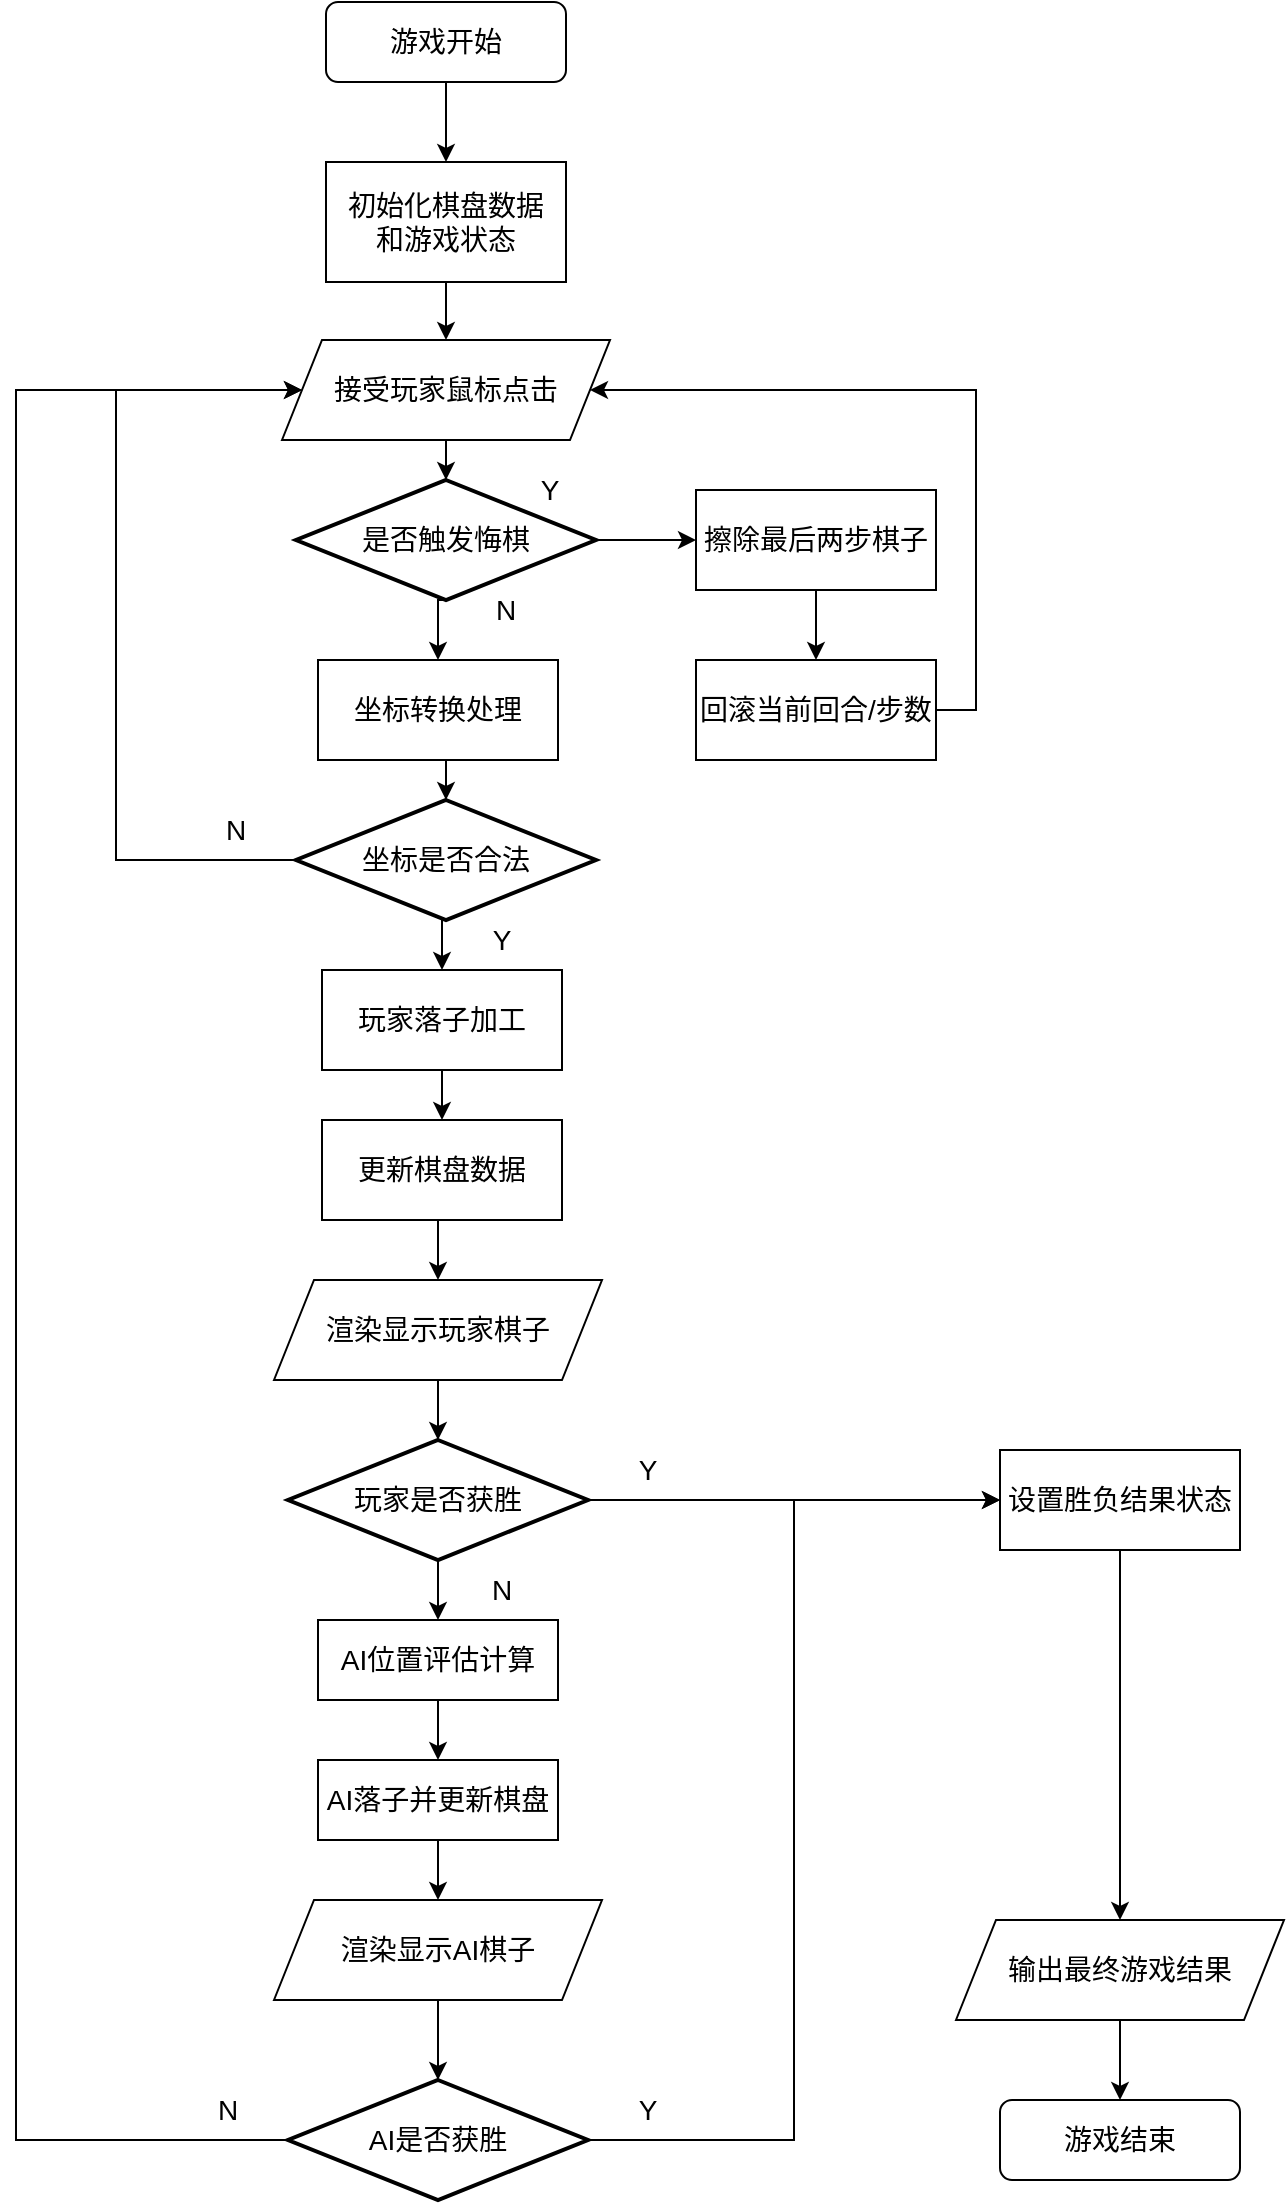
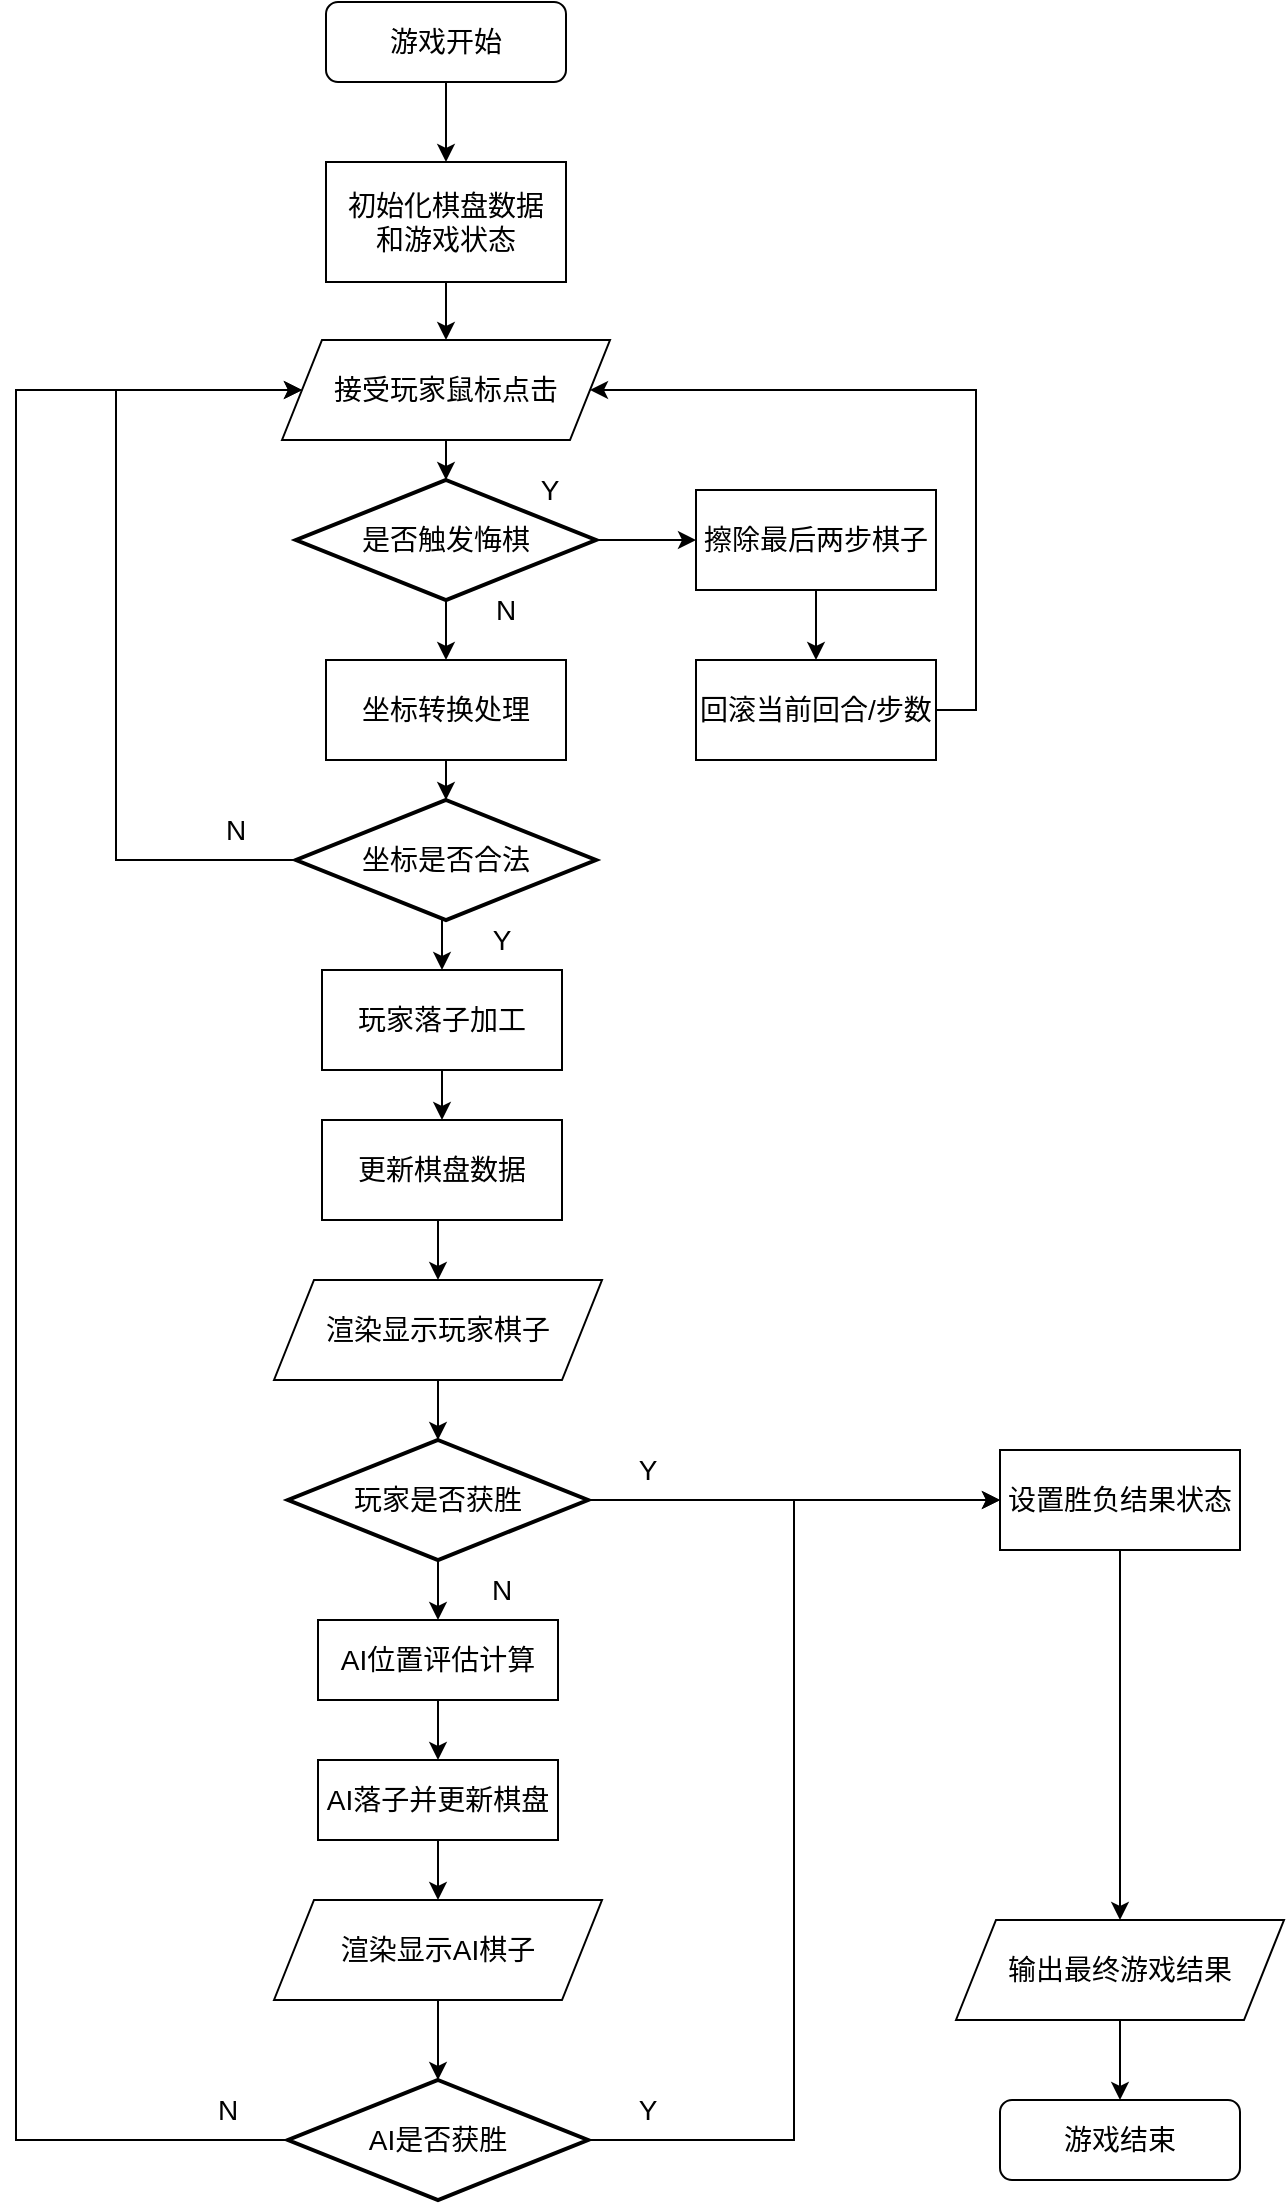
<mxfile host="app.diagrams.net">
  <diagram name="Page-1" id="Ut53iUmTTLsHKbGdxMO9">
    <mxGraphModel dx="2054" dy="1198" grid="1" gridSize="10" guides="1" tooltips="1" connect="1" arrows="1" fold="1" page="1" pageScale="1" pageWidth="827" pageHeight="1169" math="0" shadow="0">
      <root>
        <mxCell id="0" />
        <mxCell id="1" parent="0" />
        <mxCell id="LBzLqDpE-ghOYlSVNWWL-92" edge="1" parent="1" source="LBzLqDpE-ghOYlSVNWWL-6" style="edgeStyle=orthogonalEdgeStyle;rounded=0;orthogonalLoop=1;jettySize=auto;html=1;exitX=0.5;exitY=1;exitDx=0;exitDy=0;entryX=0.5;entryY=0;entryDx=0;entryDy=0;" target="LBzLqDpE-ghOYlSVNWWL-9">
          <mxGeometry relative="1" as="geometry">
            <mxPoint x="363" y="125" as="targetPoint" />
          </mxGeometry>
        </mxCell>
        <mxCell id="LBzLqDpE-ghOYlSVNWWL-6" parent="1" style="rounded=0;whiteSpace=wrap;html=1;" value="&lt;font style=&quot;font-size: 14px;&quot;&gt;初始化棋盘数据&lt;/font&gt;&lt;div&gt;&lt;span style=&quot;font-size: 14px; background-color: transparent; color: light-dark(rgb(0, 0, 0), rgb(255, 255, 255));&quot;&gt;和游戏状态&lt;/span&gt;&lt;/div&gt;" vertex="1">
          <mxGeometry height="60" width="120" x="305" y="115" as="geometry" />
        </mxCell>
        <mxCell id="LBzLqDpE-ghOYlSVNWWL-8" edge="1" parent="1" source="LBzLqDpE-ghOYlSVNWWL-7" style="edgeStyle=orthogonalEdgeStyle;rounded=0;orthogonalLoop=1;jettySize=auto;html=1;exitX=0.5;exitY=1;exitDx=0;exitDy=0;entryX=0.5;entryY=0;entryDx=0;entryDy=0;" target="LBzLqDpE-ghOYlSVNWWL-6">
          <mxGeometry relative="1" as="geometry" />
        </mxCell>
        <mxCell id="LBzLqDpE-ghOYlSVNWWL-7" parent="1" style="rounded=1;whiteSpace=wrap;html=1;" value="&lt;font style=&quot;font-size: 14px;&quot;&gt;游戏开始&lt;/font&gt;" vertex="1">
          <mxGeometry height="40" width="120" x="305" y="35" as="geometry" />
        </mxCell>
        <mxCell id="LBzLqDpE-ghOYlSVNWWL-9" parent="1" style="shape=parallelogram;perimeter=parallelogramPerimeter;whiteSpace=wrap;html=1;fixedSize=1;" value="&lt;font style=&quot;font-size: 14px;&quot;&gt;接受玩家鼠标点击&lt;/font&gt;" vertex="1">
          <mxGeometry height="50" width="164" x="283" y="204" as="geometry" />
        </mxCell>
        <mxCell id="LBzLqDpE-ghOYlSVNWWL-16" edge="1" parent="1" source="LBzLqDpE-ghOYlSVNWWL-13" style="edgeStyle=orthogonalEdgeStyle;rounded=0;orthogonalLoop=1;jettySize=auto;html=1;exitX=0.5;exitY=1;exitDx=0;exitDy=0;exitPerimeter=0;entryX=0.5;entryY=0;entryDx=0;entryDy=0;" target="LBzLqDpE-ghOYlSVNWWL-15">
          <mxGeometry relative="1" as="geometry" />
        </mxCell>
        <mxCell id="LBzLqDpE-ghOYlSVNWWL-13" parent="1" style="strokeWidth=2;html=1;shape=mxgraph.flowchart.decision;whiteSpace=wrap;" value="&lt;font style=&quot;font-size: 14px;&quot;&gt;是否触发悔棋&lt;/font&gt;" vertex="1">
          <mxGeometry height="60" width="150" x="290" y="274" as="geometry" />
        </mxCell>
        <mxCell id="LBzLqDpE-ghOYlSVNWWL-14" edge="1" parent="1" source="LBzLqDpE-ghOYlSVNWWL-9" style="edgeStyle=orthogonalEdgeStyle;rounded=0;orthogonalLoop=1;jettySize=auto;html=1;exitX=0.5;exitY=1;exitDx=0;exitDy=0;entryX=0.5;entryY=0;entryDx=0;entryDy=0;entryPerimeter=0;" target="LBzLqDpE-ghOYlSVNWWL-13">
          <mxGeometry relative="1" as="geometry" />
        </mxCell>
        <mxCell id="LBzLqDpE-ghOYlSVNWWL-15" parent="1" style="rounded=0;whiteSpace=wrap;html=1;" value="&lt;font style=&quot;font-size: 14px;&quot;&gt;坐标转换处理&lt;/font&gt;" vertex="1">
-           <mxGeometry height="50" width="120" x="301" y="364" as="geometry" />
+           <mxGeometry height="50" width="120" x="305" y="364" as="geometry" />
        </mxCell>
        <mxCell id="LBzLqDpE-ghOYlSVNWWL-17" parent="1" style="text;html=1;whiteSpace=wrap;strokeColor=none;fillColor=none;align=center;verticalAlign=middle;rounded=0;" value="&lt;font style=&quot;font-size: 14px;&quot;&gt;N&lt;/font&gt;" vertex="1">
          <mxGeometry height="30" width="60" x="365" y="324" as="geometry" />
        </mxCell>
        <mxCell id="LBzLqDpE-ghOYlSVNWWL-22" edge="1" parent="1" source="LBzLqDpE-ghOYlSVNWWL-18" style="rounded=0;orthogonalLoop=1;jettySize=auto;html=1;exitX=0.5;exitY=1;exitDx=0;exitDy=0;exitPerimeter=0;entryX=0.5;entryY=0;entryDx=0;entryDy=0;edgeStyle=orthogonalEdgeStyle;" target="LBzLqDpE-ghOYlSVNWWL-21">
          <mxGeometry relative="1" as="geometry" />
        </mxCell>
        <mxCell id="LBzLqDpE-ghOYlSVNWWL-79" edge="1" parent="1" source="LBzLqDpE-ghOYlSVNWWL-18" style="edgeStyle=orthogonalEdgeStyle;rounded=0;orthogonalLoop=1;jettySize=auto;html=1;exitX=0;exitY=0.5;exitDx=0;exitDy=0;exitPerimeter=0;entryX=0;entryY=0.5;entryDx=0;entryDy=0;" target="LBzLqDpE-ghOYlSVNWWL-9">
          <mxGeometry relative="1" as="geometry">
            <Array as="points">
              <mxPoint x="200" y="464" />
              <mxPoint x="200" y="229" />
            </Array>
          </mxGeometry>
        </mxCell>
        <mxCell id="LBzLqDpE-ghOYlSVNWWL-18" parent="1" style="strokeWidth=2;html=1;shape=mxgraph.flowchart.decision;whiteSpace=wrap;" value="&lt;font style=&quot;font-size: 14px;&quot;&gt;坐标是否合法&lt;/font&gt;" vertex="1">
          <mxGeometry height="60" width="150" x="290" y="434" as="geometry" />
        </mxCell>
        <mxCell id="LBzLqDpE-ghOYlSVNWWL-25" edge="1" parent="1" source="LBzLqDpE-ghOYlSVNWWL-21" style="edgeStyle=orthogonalEdgeStyle;rounded=0;orthogonalLoop=1;jettySize=auto;html=1;exitX=0.5;exitY=1;exitDx=0;exitDy=0;entryX=0.5;entryY=0;entryDx=0;entryDy=0;" target="LBzLqDpE-ghOYlSVNWWL-24">
          <mxGeometry relative="1" as="geometry" />
        </mxCell>
        <mxCell id="LBzLqDpE-ghOYlSVNWWL-21" parent="1" style="rounded=0;whiteSpace=wrap;html=1;" value="&lt;font style=&quot;font-size: 14px;&quot;&gt;玩家落子加工&lt;/font&gt;" vertex="1">
          <mxGeometry height="50" width="120" x="303" y="519" as="geometry" />
        </mxCell>
        <mxCell id="LBzLqDpE-ghOYlSVNWWL-23" parent="1" style="text;html=1;whiteSpace=wrap;strokeColor=none;fillColor=none;align=center;verticalAlign=middle;rounded=0;" value="&lt;font style=&quot;font-size: 14px;&quot;&gt;Y&lt;/font&gt;" vertex="1">
          <mxGeometry height="30" width="60" x="363" y="489" as="geometry" />
        </mxCell>
        <mxCell id="LBzLqDpE-ghOYlSVNWWL-27" edge="1" parent="1" source="LBzLqDpE-ghOYlSVNWWL-24" style="edgeStyle=orthogonalEdgeStyle;rounded=0;orthogonalLoop=1;jettySize=auto;html=1;exitX=0.5;exitY=1;exitDx=0;exitDy=0;entryX=0.5;entryY=0;entryDx=0;entryDy=0;" target="LBzLqDpE-ghOYlSVNWWL-26">
          <mxGeometry relative="1" as="geometry" />
        </mxCell>
        <mxCell id="LBzLqDpE-ghOYlSVNWWL-24" parent="1" style="rounded=0;whiteSpace=wrap;html=1;" value="&lt;font style=&quot;font-size: 14px;&quot;&gt;更新棋盘数据&lt;/font&gt;" vertex="1">
          <mxGeometry height="50" width="120" x="303" y="594" as="geometry" />
        </mxCell>
        <mxCell id="LBzLqDpE-ghOYlSVNWWL-26" parent="1" style="shape=parallelogram;perimeter=parallelogramPerimeter;whiteSpace=wrap;html=1;fixedSize=1;" value="&lt;font style=&quot;font-size: 14px;&quot;&gt;渲染显示玩家棋子&lt;/font&gt;" vertex="1">
          <mxGeometry height="50" width="164" x="279" y="674" as="geometry" />
        </mxCell>
        <mxCell id="LBzLqDpE-ghOYlSVNWWL-33" edge="1" parent="1" source="LBzLqDpE-ghOYlSVNWWL-30" style="edgeStyle=orthogonalEdgeStyle;rounded=0;orthogonalLoop=1;jettySize=auto;html=1;exitX=0.5;exitY=1;exitDx=0;exitDy=0;exitPerimeter=0;entryX=0.5;entryY=0;entryDx=0;entryDy=0;" target="LBzLqDpE-ghOYlSVNWWL-32">
          <mxGeometry relative="1" as="geometry" />
        </mxCell>
        <mxCell id="LBzLqDpE-ghOYlSVNWWL-84" edge="1" parent="1" source="LBzLqDpE-ghOYlSVNWWL-30" style="edgeStyle=orthogonalEdgeStyle;rounded=0;orthogonalLoop=1;jettySize=auto;html=1;exitX=1;exitY=0.5;exitDx=0;exitDy=0;exitPerimeter=0;entryX=0;entryY=0.5;entryDx=0;entryDy=0;" target="LBzLqDpE-ghOYlSVNWWL-45">
          <mxGeometry relative="1" as="geometry" />
        </mxCell>
        <mxCell id="LBzLqDpE-ghOYlSVNWWL-30" parent="1" style="strokeWidth=2;html=1;shape=mxgraph.flowchart.decision;whiteSpace=wrap;" value="&lt;font style=&quot;font-size: 14px;&quot;&gt;玩家是否获胜&lt;/font&gt;" vertex="1">
          <mxGeometry height="60" width="150" x="286" y="754" as="geometry" />
        </mxCell>
        <mxCell id="LBzLqDpE-ghOYlSVNWWL-31" edge="1" parent="1" source="LBzLqDpE-ghOYlSVNWWL-26" style="edgeStyle=orthogonalEdgeStyle;rounded=0;orthogonalLoop=1;jettySize=auto;html=1;exitX=0.5;exitY=1;exitDx=0;exitDy=0;entryX=0.5;entryY=0;entryDx=0;entryDy=0;entryPerimeter=0;" target="LBzLqDpE-ghOYlSVNWWL-30">
          <mxGeometry relative="1" as="geometry" />
        </mxCell>
        <mxCell id="LBzLqDpE-ghOYlSVNWWL-37" edge="1" parent="1" source="LBzLqDpE-ghOYlSVNWWL-32" style="edgeStyle=orthogonalEdgeStyle;rounded=0;orthogonalLoop=1;jettySize=auto;html=1;exitX=0.5;exitY=1;exitDx=0;exitDy=0;entryX=0.5;entryY=0;entryDx=0;entryDy=0;" target="LBzLqDpE-ghOYlSVNWWL-35">
          <mxGeometry relative="1" as="geometry" />
        </mxCell>
        <mxCell id="LBzLqDpE-ghOYlSVNWWL-32" parent="1" style="rounded=0;whiteSpace=wrap;html=1;" value="&lt;font style=&quot;font-size: 14px;&quot;&gt;AI位置评估计算&lt;/font&gt;" vertex="1">
          <mxGeometry height="40" width="120" x="301" y="844" as="geometry" />
        </mxCell>
        <mxCell id="LBzLqDpE-ghOYlSVNWWL-34" parent="1" style="text;html=1;whiteSpace=wrap;strokeColor=none;fillColor=none;align=center;verticalAlign=middle;rounded=0;" value="&lt;font style=&quot;font-size: 14px;&quot;&gt;N&lt;/font&gt;" vertex="1">
          <mxGeometry height="30" width="60" x="363" y="814" as="geometry" />
        </mxCell>
        <mxCell id="LBzLqDpE-ghOYlSVNWWL-39" edge="1" parent="1" source="LBzLqDpE-ghOYlSVNWWL-35" style="edgeStyle=orthogonalEdgeStyle;rounded=0;orthogonalLoop=1;jettySize=auto;html=1;exitX=0.5;exitY=1;exitDx=0;exitDy=0;entryX=0.5;entryY=0;entryDx=0;entryDy=0;" target="LBzLqDpE-ghOYlSVNWWL-38">
          <mxGeometry relative="1" as="geometry" />
        </mxCell>
        <mxCell id="LBzLqDpE-ghOYlSVNWWL-35" parent="1" style="rounded=0;whiteSpace=wrap;html=1;" value="&lt;font style=&quot;font-size: 14px;&quot;&gt;AI落子并更新棋盘&lt;/font&gt;" vertex="1">
          <mxGeometry height="40" width="120" x="301" y="914" as="geometry" />
        </mxCell>
        <mxCell id="LBzLqDpE-ghOYlSVNWWL-38" parent="1" style="shape=parallelogram;perimeter=parallelogramPerimeter;whiteSpace=wrap;html=1;fixedSize=1;" value="&lt;font style=&quot;font-size: 14px;&quot;&gt;渲染显示AI棋子&lt;/font&gt;" vertex="1">
          <mxGeometry height="50" width="164" x="279" y="984" as="geometry" />
        </mxCell>
        <mxCell id="LBzLqDpE-ghOYlSVNWWL-85" edge="1" parent="1" source="LBzLqDpE-ghOYlSVNWWL-40" style="edgeStyle=orthogonalEdgeStyle;rounded=0;orthogonalLoop=1;jettySize=auto;html=1;exitX=1;exitY=0.5;exitDx=0;exitDy=0;exitPerimeter=0;entryX=0;entryY=0.5;entryDx=0;entryDy=0;" target="LBzLqDpE-ghOYlSVNWWL-45">
          <mxGeometry relative="1" as="geometry" />
        </mxCell>
        <mxCell id="LBzLqDpE-ghOYlSVNWWL-89" edge="1" parent="1" source="LBzLqDpE-ghOYlSVNWWL-40" style="edgeStyle=orthogonalEdgeStyle;rounded=0;orthogonalLoop=1;jettySize=auto;html=1;exitX=0;exitY=0.5;exitDx=0;exitDy=0;exitPerimeter=0;entryX=0;entryY=0.5;entryDx=0;entryDy=0;" target="LBzLqDpE-ghOYlSVNWWL-9">
          <mxGeometry relative="1" as="geometry">
            <Array as="points">
              <mxPoint x="150" y="1104" />
              <mxPoint x="150" y="229" />
            </Array>
            <mxPoint x="303" y="150" as="targetPoint" />
          </mxGeometry>
        </mxCell>
        <mxCell id="LBzLqDpE-ghOYlSVNWWL-40" parent="1" style="strokeWidth=2;html=1;shape=mxgraph.flowchart.decision;whiteSpace=wrap;" value="&lt;font style=&quot;font-size: 14px;&quot;&gt;AI是否获胜&lt;/font&gt;" vertex="1">
          <mxGeometry height="60" width="150" x="286" y="1074" as="geometry" />
        </mxCell>
        <mxCell id="LBzLqDpE-ghOYlSVNWWL-41" edge="1" parent="1" source="LBzLqDpE-ghOYlSVNWWL-38" style="edgeStyle=orthogonalEdgeStyle;rounded=0;orthogonalLoop=1;jettySize=auto;html=1;exitX=0.5;exitY=1;exitDx=0;exitDy=0;entryX=0.5;entryY=0;entryDx=0;entryDy=0;entryPerimeter=0;" target="LBzLqDpE-ghOYlSVNWWL-40">
          <mxGeometry relative="1" as="geometry" />
        </mxCell>
        <mxCell id="LBzLqDpE-ghOYlSVNWWL-55" edge="1" parent="1" source="LBzLqDpE-ghOYlSVNWWL-42" style="edgeStyle=orthogonalEdgeStyle;rounded=0;orthogonalLoop=1;jettySize=auto;html=1;exitX=0.5;exitY=1;exitDx=0;exitDy=0;entryX=0.5;entryY=0;entryDx=0;entryDy=0;" target="LBzLqDpE-ghOYlSVNWWL-43">
          <mxGeometry relative="1" as="geometry" />
        </mxCell>
        <mxCell id="LBzLqDpE-ghOYlSVNWWL-42" parent="1" style="shape=parallelogram;perimeter=parallelogramPerimeter;whiteSpace=wrap;html=1;fixedSize=1;" value="&lt;font style=&quot;font-size: 14px;&quot;&gt;输出最终游戏结果&lt;/font&gt;" vertex="1">
          <mxGeometry height="50" width="164" x="620" y="994" as="geometry" />
        </mxCell>
        <mxCell id="LBzLqDpE-ghOYlSVNWWL-43" parent="1" style="rounded=1;whiteSpace=wrap;html=1;" value="&lt;font style=&quot;font-size: 14px;&quot;&gt;游戏结束&lt;/font&gt;" vertex="1">
          <mxGeometry height="40" width="120" x="642" y="1084" as="geometry" />
        </mxCell>
        <mxCell id="LBzLqDpE-ghOYlSVNWWL-54" edge="1" parent="1" source="LBzLqDpE-ghOYlSVNWWL-45" style="edgeStyle=orthogonalEdgeStyle;rounded=0;orthogonalLoop=1;jettySize=auto;html=1;exitX=0.5;exitY=1;exitDx=0;exitDy=0;entryX=0.5;entryY=0;entryDx=0;entryDy=0;" target="LBzLqDpE-ghOYlSVNWWL-42">
          <mxGeometry relative="1" as="geometry" />
        </mxCell>
        <mxCell id="LBzLqDpE-ghOYlSVNWWL-45" parent="1" style="rounded=0;whiteSpace=wrap;html=1;" value="&lt;font style=&quot;font-size: 14px;&quot;&gt;设置胜负结果状态&lt;/font&gt;" vertex="1">
          <mxGeometry height="50" width="120" x="642" y="759" as="geometry" />
        </mxCell>
        <mxCell id="LBzLqDpE-ghOYlSVNWWL-53" edge="1" parent="1" source="LBzLqDpE-ghOYlSVNWWL-46" style="edgeStyle=orthogonalEdgeStyle;rounded=0;orthogonalLoop=1;jettySize=auto;html=1;exitX=0.5;exitY=1;exitDx=0;exitDy=0;entryX=0.5;entryY=0;entryDx=0;entryDy=0;" target="LBzLqDpE-ghOYlSVNWWL-50">
          <mxGeometry relative="1" as="geometry" />
        </mxCell>
        <mxCell id="LBzLqDpE-ghOYlSVNWWL-46" parent="1" style="rounded=0;whiteSpace=wrap;html=1;" value="&lt;font style=&quot;font-size: 14px;&quot;&gt;擦除最后两步棋子&lt;/font&gt;" vertex="1">
          <mxGeometry height="50" width="120" x="490" y="279" as="geometry" />
        </mxCell>
        <mxCell id="LBzLqDpE-ghOYlSVNWWL-48" parent="1" style="text;html=1;whiteSpace=wrap;strokeColor=none;fillColor=none;align=center;verticalAlign=middle;rounded=0;" value="&lt;font style=&quot;font-size: 14px;&quot;&gt;Y&lt;/font&gt;" vertex="1">
          <mxGeometry height="30" width="60" x="387" y="264" as="geometry" />
        </mxCell>
        <mxCell id="LBzLqDpE-ghOYlSVNWWL-94" edge="1" parent="1" source="LBzLqDpE-ghOYlSVNWWL-50" style="edgeStyle=orthogonalEdgeStyle;rounded=0;orthogonalLoop=1;jettySize=auto;html=1;exitX=1;exitY=0.5;exitDx=0;exitDy=0;entryX=1;entryY=0.5;entryDx=0;entryDy=0;" target="LBzLqDpE-ghOYlSVNWWL-9">
          <mxGeometry relative="1" as="geometry">
            <Array as="points">
              <mxPoint x="630" y="389" />
              <mxPoint x="630" y="229" />
            </Array>
          </mxGeometry>
        </mxCell>
        <mxCell id="LBzLqDpE-ghOYlSVNWWL-50" parent="1" style="rounded=0;whiteSpace=wrap;html=1;" value="&lt;font style=&quot;font-size: 14px;&quot;&gt;回滚当前回合/步数&lt;/font&gt;" vertex="1">
          <mxGeometry height="50" width="120" x="490" y="364" as="geometry" />
        </mxCell>
        <mxCell id="LBzLqDpE-ghOYlSVNWWL-63" parent="1" style="text;html=1;whiteSpace=wrap;strokeColor=none;fillColor=none;align=center;verticalAlign=middle;rounded=0;" value="&lt;font style=&quot;font-size: 14px;&quot;&gt;Y&lt;/font&gt;" vertex="1">
          <mxGeometry height="30" width="60" x="436" y="754" as="geometry" />
        </mxCell>
        <mxCell id="LBzLqDpE-ghOYlSVNWWL-73" parent="1" style="text;html=1;whiteSpace=wrap;strokeColor=none;fillColor=none;align=center;verticalAlign=middle;rounded=0;" value="&lt;font style=&quot;font-size: 14px;&quot;&gt;N&lt;/font&gt;" vertex="1">
          <mxGeometry height="30" width="60" x="230" y="434" as="geometry" />
        </mxCell>
        <mxCell id="LBzLqDpE-ghOYlSVNWWL-75" edge="1" parent="1" source="LBzLqDpE-ghOYlSVNWWL-15" style="edgeStyle=orthogonalEdgeStyle;rounded=0;orthogonalLoop=1;jettySize=auto;html=1;exitX=0.5;exitY=1;exitDx=0;exitDy=0;entryX=0.5;entryY=0;entryDx=0;entryDy=0;entryPerimeter=0;" target="LBzLqDpE-ghOYlSVNWWL-18">
          <mxGeometry relative="1" as="geometry" />
        </mxCell>
        <mxCell id="LBzLqDpE-ghOYlSVNWWL-77" edge="1" parent="1" source="LBzLqDpE-ghOYlSVNWWL-13" style="edgeStyle=orthogonalEdgeStyle;rounded=0;orthogonalLoop=1;jettySize=auto;html=1;exitX=1;exitY=0.5;exitDx=0;exitDy=0;exitPerimeter=0;entryX=0;entryY=0.5;entryDx=0;entryDy=0;" target="LBzLqDpE-ghOYlSVNWWL-46">
          <mxGeometry relative="1" as="geometry" />
        </mxCell>
        <mxCell id="LBzLqDpE-ghOYlSVNWWL-86" parent="1" style="text;html=1;whiteSpace=wrap;strokeColor=none;fillColor=none;align=center;verticalAlign=middle;rounded=0;" value="&lt;font style=&quot;font-size: 14px;&quot;&gt;Y&lt;/font&gt;" vertex="1">
          <mxGeometry height="30" width="60" x="436" y="1074" as="geometry" />
        </mxCell>
        <mxCell id="LBzLqDpE-ghOYlSVNWWL-90" parent="1" style="text;html=1;whiteSpace=wrap;strokeColor=none;fillColor=none;align=center;verticalAlign=middle;rounded=0;" value="&lt;font style=&quot;font-size: 14px;&quot;&gt;N&lt;/font&gt;" vertex="1">
          <mxGeometry height="30" width="60" x="226" y="1074" as="geometry" />
        </mxCell>
      </root>
    </mxGraphModel>
  </diagram>
</mxfile>
